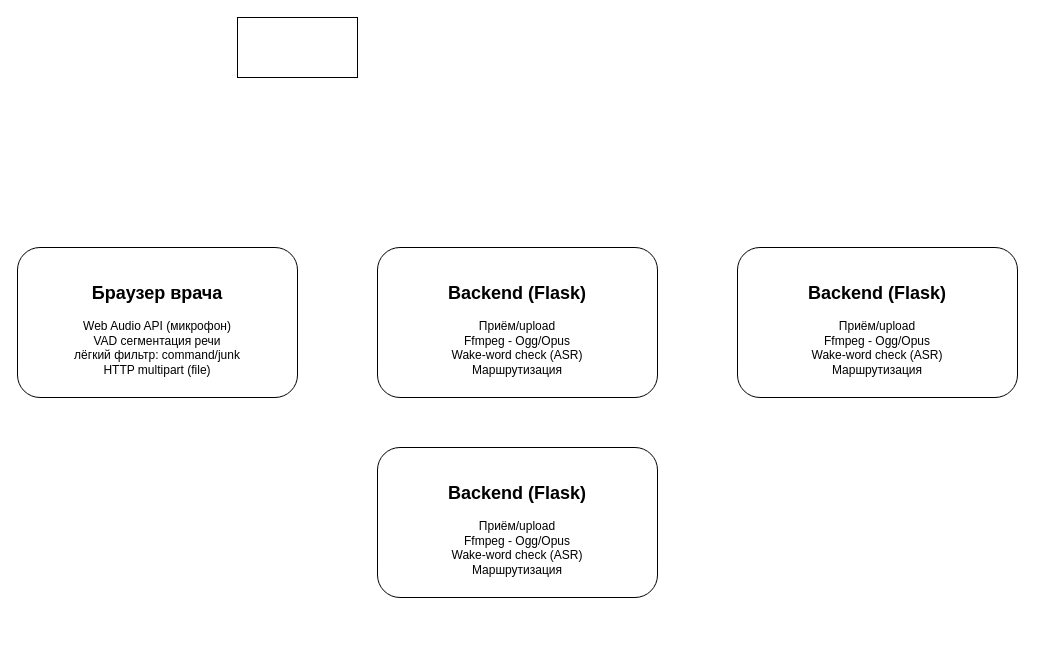
Before: stommis/figures/Component_diagram.drawio in Basselalshayeb2/matmex-diploma-template, a draw.io diagram. Source tidied: cells renumbered, new cells numbered last; positions are measured from the earlier drawing's top-left corner, leaving out a move shared by most shapes. Both pictures are drawn from the tidied source at 100%, with x=0, y=0 at pixel (17, 17).
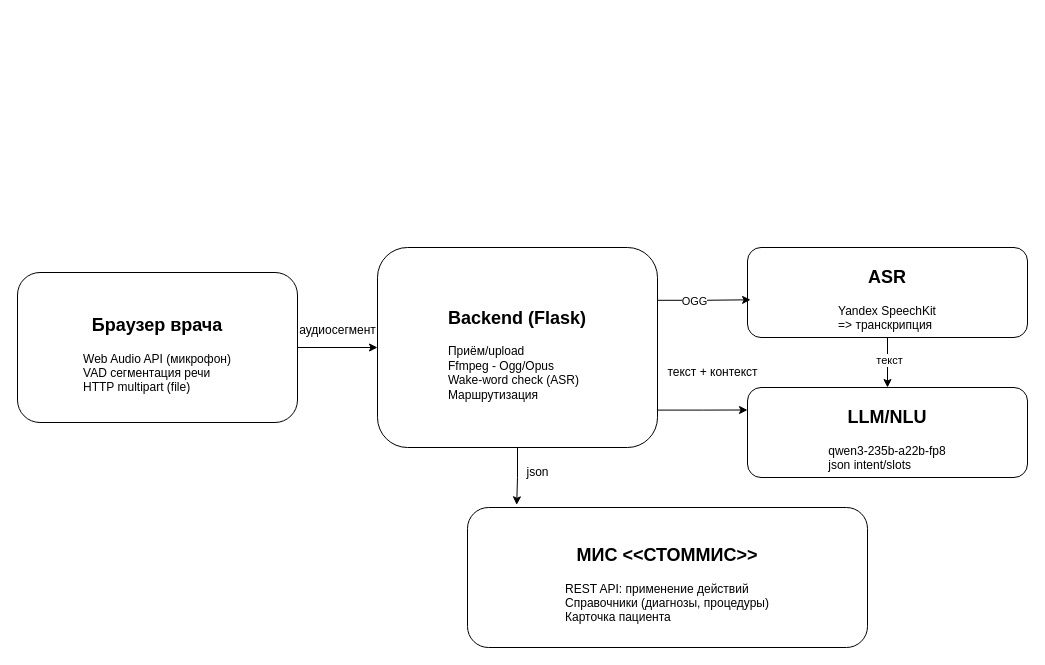
The same page after the edit.

Commit message (it also covers changes not shown here):
finished diagram and started doing the sequence disagram

What changed in the source:
```diff
@@
 <mxGraphModel>
   <root>
     <mxCell id="0" />
     <mxCell id="1" parent="0" />
-    <mxCell id="2" style="shape=parallelogram;perimeter=parallelogramPerimeter;whiteSpace=wrap;html=1;fixedSize=1;" parent="1" vertex="1">
-      <mxGeometry x="220" width="120" height="60" as="geometry" />
-    </mxCell>
-    <mxCell id="3" style="rounded=0;whiteSpace=wrap;html=1;" parent="1" vertex="1">
-      <mxGeometry x="220" width="120" height="60" as="geometry" />
-    </mxCell>
-    <mxCell id="4" style="rounded=0;whiteSpace=wrap;html=1;" parent="1" vertex="1">
-      <mxGeometry x="220" width="120" height="60" as="geometry" />
-    </mxCell>
+    <mxCell id="9" style="edgeStyle=orthogonalEdgeStyle;rounded=0;jettySize=auto;html=1;" parent="1" edge="1" source="5" target="6">
+      <mxGeometry relative="1" as="geometry" />
+    </mxCell>
-    <mxCell id="5" value="&lt;h2&gt;Браузер врача&lt;/h2&gt;&lt;div&gt;Web Audio API (микрофон)&lt;/div&gt;&lt;div&gt;VAD сегментация речи&lt;/div&gt;&lt;div&gt;лёгкий фильтр: command/junk&lt;/div&gt;&lt;div&gt;HTTP multipart (file)&lt;/div&gt;" style="rounded=1;whiteSpace=wrap;html=1;" parent="1" vertex="1">
-      <mxGeometry y="230" width="280" height="150" as="geometry" />
+    <mxCell id="5" value="&lt;h2&gt;Браузер врача&lt;/h2&gt;&lt;div style=&quot;text-align: left;&quot;&gt;Web Audio API (микрофон)&lt;/div&gt;&lt;div style=&quot;text-align: left;&quot;&gt;VAD сегментация речи&lt;/div&gt;&lt;div style=&quot;text-align: left;&quot;&gt;HTTP multipart (file)&lt;/div&gt;" style="rounded=1;whiteSpace=wrap;html=1;" parent="1" vertex="1">
+      <mxGeometry y="255" width="280" height="150" as="geometry" />
     </mxCell>
+    <mxCell id="10" style="edgeStyle=orthogonalEdgeStyle;rounded=0;jettySize=auto;html=1;entryX=0;entryY=0.25;entryDx=0;entryDy=0;exitX=1;exitY=0.813;exitDx=0;exitDy=0;exitPerimeter=0;" parent="1" edge="1" source="6" target="7">
+      <mxGeometry relative="1" as="geometry" />
+    </mxCell>
-    <mxCell id="6" value="&lt;h2&gt;Backend (Flask)&lt;/h2&gt;&lt;div&gt;Приём/upload&lt;/div&gt;&lt;div&gt;Ffmpeg - Ogg/Opus&lt;/div&gt;&lt;div&gt;Wake-word check (ASR)&lt;/div&gt;&lt;div&gt;Маршрутизация&lt;/div&gt;" style="rounded=1;whiteSpace=wrap;html=1;" parent="1" vertex="1">
-      <mxGeometry x="360" y="230" width="280" height="150" as="geometry" />
+    <mxCell id="6" value="&lt;h2&gt;Backend (Flask)&lt;/h2&gt;&lt;div style=&quot;text-align: left;&quot;&gt;Приём/upload&lt;/div&gt;&lt;div style=&quot;text-align: left;&quot;&gt;Ffmpeg - Ogg/Opus&lt;/div&gt;&lt;div style=&quot;text-align: left;&quot;&gt;Wake-word check (ASR)&lt;/div&gt;&lt;div style=&quot;text-align: left;&quot;&gt;Маршрутизация&lt;/div&gt;" style="rounded=1;whiteSpace=wrap;html=1;" parent="1" vertex="1">
+      <mxGeometry x="360" y="230" width="280" height="200" as="geometry" />
     </mxCell>
-    <mxCell id="7" value="&lt;h2&gt;Backend (Flask)&lt;/h2&gt;&lt;div&gt;Приём/upload&lt;/div&gt;&lt;div&gt;Ffmpeg - Ogg/Opus&lt;/div&gt;&lt;div&gt;Wake-word check (ASR)&lt;/div&gt;&lt;div&gt;Маршрутизация&lt;/div&gt;" style="rounded=1;whiteSpace=wrap;html=1;" parent="1" vertex="1">
-      <mxGeometry x="360" y="430" width="280" height="150" as="geometry" />
+    <mxCell id="7" value="&lt;h2&gt;LLM/NLU&lt;/h2&gt;&lt;div style=&quot;text-align: left;&quot;&gt;qwen3-235b-a22b-fp8&lt;/div&gt;&lt;div style=&quot;text-align: left;&quot;&gt;json intent/slots&lt;/div&gt;" style="rounded=1;whiteSpace=wrap;html=1;" parent="1" vertex="1">
+      <mxGeometry x="730" y="370" width="280" height="90" as="geometry" />
     </mxCell>
-    <mxCell id="8" value="&lt;h2&gt;Backend (Flask)&lt;/h2&gt;&lt;div&gt;Приём/upload&lt;/div&gt;&lt;div&gt;Ffmpeg - Ogg/Opus&lt;/div&gt;&lt;div&gt;Wake-word check (ASR)&lt;/div&gt;&lt;div&gt;Маршрутизация&lt;/div&gt;" style="rounded=1;whiteSpace=wrap;html=1;" parent="1" vertex="1">
-      <mxGeometry x="720" y="230" width="280" height="150" as="geometry" />
-    </mxCell>
+    <mxCell id="11" style="edgeStyle=orthogonalEdgeStyle;rounded=0;jettySize=auto;html=1;entryX=0.5;entryY=0;entryDx=0;entryDy=0;" parent="1" edge="1" source="13" target="7">
+      <mxGeometry relative="1" as="geometry" />
+    </mxCell>
+    <mxCell id="12" value="текст" style="edgeLabel;html=1;align=center;verticalAlign=middle;" parent="11" vertex="1">
+      <mxGeometry x="-0.12" y="1" relative="1" as="geometry" />
+    </mxCell>
+    <mxCell id="13" value="&lt;h2&gt;ASR&lt;/h2&gt;&lt;div style=&quot;text-align: left;&quot;&gt;Yandex SpeechKit&lt;/div&gt;&lt;div style=&quot;text-align: left;&quot;&gt;=&amp;gt; транскрипция&lt;/div&gt;" style="rounded=1;whiteSpace=wrap;html=1;" parent="1" vertex="1">
+      <mxGeometry x="730" y="230" width="280" height="90" as="geometry" />
+    </mxCell>
+    <mxCell id="14" style="edgeStyle=orthogonalEdgeStyle;rounded=0;jettySize=auto;html=1;entryX=0.011;entryY=0.581;entryDx=0;entryDy=0;entryPerimeter=0;exitX=1.001;exitY=0.264;exitDx=0;exitDy=0;exitPerimeter=0;" parent="1" edge="1" source="6" target="13">
+      <mxGeometry relative="1" as="geometry" />
+    </mxCell>
+    <mxCell id="15" value="OGG" style="edgeLabel;html=1;align=center;verticalAlign=middle;" parent="14" vertex="1">
+      <mxGeometry x="-0.22" y="-1" relative="1" as="geometry" />
+    </mxCell>
+    <mxCell id="16" value="текст + контекст" style="text;html=1;align=center;verticalAlign=middle;strokeColor=none;fillColor=none;" parent="1" vertex="1">
+      <mxGeometry x="640" y="340" width="110" height="30" as="geometry" />
+    </mxCell>
+    <mxCell id="17" value="аудиосегмент" style="text;html=1;align=center;verticalAlign=middle;strokeColor=none;fillColor=none;" parent="1" vertex="1">
+      <mxGeometry x="270" y="298" width="100" height="30" as="geometry" />
+    </mxCell>
+    <mxCell id="18" value="&lt;h2&gt;МИС &amp;lt;&amp;lt;СТОММИС&amp;gt;&amp;gt;&lt;/h2&gt;&lt;div style=&quot;text-align: left;&quot;&gt;REST API: применение действий&lt;/div&gt;&lt;div style=&quot;text-align: left;&quot;&gt;Справочники (диагнозы, процедуры)&lt;/div&gt;&lt;div style=&quot;text-align: left;&quot;&gt;Карточка пациента&lt;/div&gt;" style="rounded=1;whiteSpace=wrap;html=1;" parent="1" vertex="1">
+      <mxGeometry x="450" y="490" width="400" height="140" as="geometry" />
+    </mxCell>
+    <mxCell id="19" style="edgeStyle=orthogonalEdgeStyle;rounded=0;jettySize=auto;html=1;entryX=0.123;entryY=-0.019;entryDx=0;entryDy=0;entryPerimeter=0;" parent="1" edge="1" source="6" target="18">
+      <mxGeometry relative="1" as="geometry" />
+    </mxCell>
+    <mxCell id="20" value="json" style="text;html=1;align=center;verticalAlign=middle;strokeColor=none;fillColor=none;" parent="1" vertex="1">
+      <mxGeometry x="495" y="440" width="50" height="30" as="geometry" />
+    </mxCell>
   </root>
 </mxGraphModel>
```
